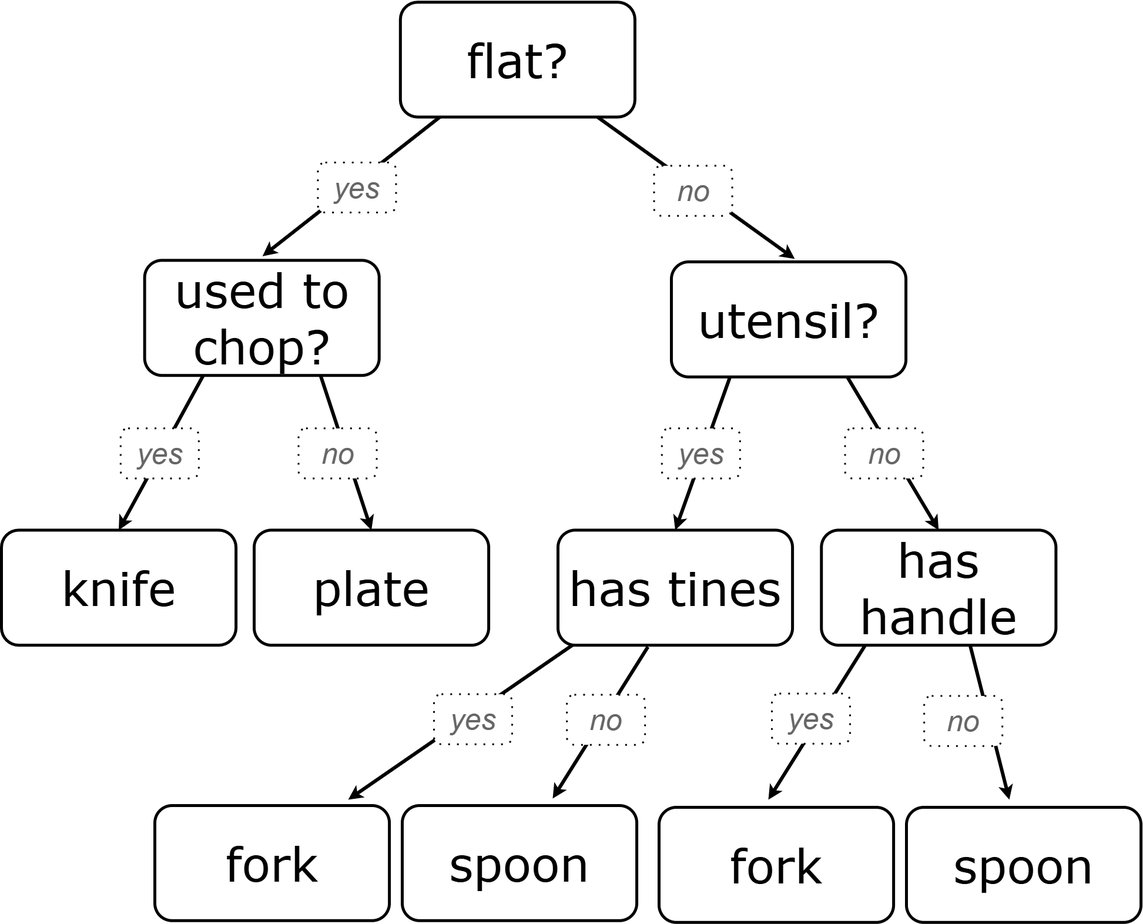
Above: lessons/AI/ai-supervised-learning-decision-trees/langs/en-us/images/flat-tree-soln.png in bootstrapworld/curriculum (draw.io), before the change. Source tidied: cells renumbered, new cells last; positions are measured from the earlier drawing's top-left corner, leaving out a move shared by most shapes. The source it was exported from:
```xml
<mxGraphModel>
  <root>
    <mxCell id="0" />
    <mxCell id="1" parent="0" />
    <mxCell id="2" style="rounded=0;orthogonalLoop=1;jettySize=auto;html=1;entryX=0.5;entryY=0;entryDx=0;entryDy=0;strokeWidth=6;" parent="1" edge="1">
      <mxGeometry relative="1" as="geometry">
        <mxPoint x="754.9" y="191.6" as="sourcePoint" />
        <mxPoint x="444.2" y="435.4" as="targetPoint" />
      </mxGeometry>
    </mxCell>
    <mxCell id="3" style="group;strokeWidth=5;" parent="1" vertex="1">
      <mxGeometry x="687.8" width="399.1" height="198.6" as="geometry" />
    </mxCell>
    <mxCell id="4" value="&lt;span&gt;&lt;font style=&quot;font-size: 80px;&quot;&gt;flat?&lt;/font&gt;&lt;/span&gt;" style="whiteSpace=wrap;html=1;rounded=1;shadow=0;labelBackgroundColor=none;strokeWidth=5;fontFamily=Verdana;fontSize=12;align=center;" parent="3" vertex="1">
      <mxGeometry x="-9" y="3.3" width="399.1" height="195.4" as="geometry" />
    </mxCell>
    <mxCell id="5" value="&lt;font style=&quot;font-size: 80px;&quot;&gt;utensil?&lt;/font&gt;" style="whiteSpace=wrap;html=1;rounded=1;shadow=0;labelBackgroundColor=none;strokeWidth=5;fontFamily=Verdana;fontSize=12;align=center;" parent="1" vertex="1">
      <mxGeometry x="1140" y="445" width="399.1" height="195.8" as="geometry" />
    </mxCell>
    <mxCell id="6" style="rounded=0;jettySize=auto;html=1;strokeWidth=6;" parent="1" edge="1" source="4">
      <mxGeometry relative="1" as="geometry">
        <mxPoint x="1350" y="440" as="targetPoint" />
      </mxGeometry>
    </mxCell>
    <mxCell id="7" value="&lt;font style=&quot;font-size: 50px;&quot;&gt;no&lt;/font&gt;" style="whiteSpace=wrap;html=1;strokeWidth=3;rounded=1;dashed=1;dashPattern=1 4;fontColor=#666666;fontStyle=2;" parent="1" vertex="1">
      <mxGeometry x="1110.5" y="281.6" width="133" height="85.1" as="geometry" />
    </mxCell>
    <mxCell id="8" value="&lt;font style=&quot;font-size: 80px;&quot;&gt;knife&lt;/font&gt;" style="whiteSpace=wrap;html=1;rounded=1;shadow=0;labelBackgroundColor=none;strokeWidth=5;fontFamily=Verdana;fontSize=12;align=center;" parent="1" vertex="1">
      <mxGeometry y="901.4" width="399.1" height="195.8" as="geometry" />
    </mxCell>
    <mxCell id="9" value="&lt;font style=&quot;font-size: 80px;&quot;&gt;plate&lt;/font&gt;" style="whiteSpace=wrap;html=1;rounded=1;shadow=0;labelBackgroundColor=none;strokeWidth=5;fontFamily=Verdana;fontSize=12;align=center;" parent="1" vertex="1">
      <mxGeometry x="430" y="901.4" width="399.1" height="195.8" as="geometry" />
    </mxCell>
    <mxCell id="10" style="rounded=0;jettySize=auto;html=1;entryX=0.5;entryY=0;entryDx=0;entryDy=0;strokeWidth=6;exitX=0.75;exitY=1;exitDx=0;exitDy=0;" parent="1" edge="1" source="21" target="9">
      <mxGeometry relative="1" as="geometry" />
    </mxCell>
    <mxCell id="11" style="rounded=0;jettySize=auto;html=1;entryX=0.5;entryY=0;entryDx=0;entryDy=0;strokeWidth=6;exitX=0.25;exitY=1;exitDx=0;exitDy=0;" parent="1" edge="1" source="21" target="8">
      <mxGeometry relative="1" as="geometry" />
    </mxCell>
    <mxCell id="12" value="&lt;font style=&quot;font-size: 50px;&quot;&gt;no&lt;/font&gt;" style="whiteSpace=wrap;html=1;strokeWidth=3;rounded=1;dashed=1;dashPattern=1 4;fontColor=#666666;fontStyle=2;" parent="1" vertex="1">
      <mxGeometry x="505.5" y="728.3" width="133" height="85.1" as="geometry" />
    </mxCell>
    <mxCell id="13" value="&lt;font style=&quot;font-size: 50px;&quot;&gt;yes&lt;/font&gt;" style="whiteSpace=wrap;html=1;strokeWidth=3;dashed=1;dashPattern=1 4;rounded=1;glass=0;perimeterSpacing=0;fontColor=#666666;fontStyle=2;" parent="1" vertex="1">
      <mxGeometry x="202.8" y="728.3" width="133" height="85.1" as="geometry" />
    </mxCell>
    <mxCell id="14" value="&lt;font style=&quot;font-size: 80px;&quot;&gt;has tines&lt;/font&gt;" style="whiteSpace=wrap;html=1;rounded=1;shadow=0;labelBackgroundColor=none;strokeWidth=5;fontFamily=Verdana;fontSize=12;align=center;" parent="1" vertex="1">
      <mxGeometry x="947" y="901.4" width="399.1" height="195.8" as="geometry" />
    </mxCell>
    <mxCell id="15" value="&lt;font style=&quot;font-size: 80px;&quot;&gt;has handle&lt;/font&gt;" style="whiteSpace=wrap;html=1;rounded=1;shadow=0;labelBackgroundColor=none;strokeWidth=5;fontFamily=Verdana;fontSize=12;align=center;" parent="1" vertex="1">
      <mxGeometry x="1395.3" y="901.4" width="399.1" height="195.8" as="geometry" />
    </mxCell>
    <mxCell id="16" style="rounded=0;jettySize=auto;html=1;entryX=0.5;entryY=0;entryDx=0;entryDy=0;strokeWidth=6;exitX=0.75;exitY=1;exitDx=0;exitDy=0;" parent="1" edge="1" source="5" target="15">
      <mxGeometry relative="1" as="geometry" />
    </mxCell>
    <mxCell id="17" style="rounded=0;jettySize=auto;html=1;entryX=0.5;entryY=0;entryDx=0;entryDy=0;strokeWidth=6;exitX=0.25;exitY=1;exitDx=0;exitDy=0;" parent="1" edge="1" source="5" target="14">
      <mxGeometry relative="1" as="geometry" />
    </mxCell>
    <mxCell id="18" value="&lt;font style=&quot;font-size: 50px;&quot;&gt;no&lt;/font&gt;" style="whiteSpace=wrap;html=1;strokeWidth=3;rounded=1;dashed=1;dashPattern=1 4;fontColor=#666666;fontStyle=2;" parent="1" vertex="1">
      <mxGeometry x="1435.5" y="728.3" width="133" height="85.1" as="geometry" />
    </mxCell>
    <mxCell id="19" value="&lt;font style=&quot;font-size: 50px;&quot;&gt;yes&lt;/font&gt;" style="whiteSpace=wrap;html=1;strokeWidth=3;dashed=1;dashPattern=1 4;rounded=1;glass=0;perimeterSpacing=0;fontColor=#666666;fontStyle=2;" parent="1" vertex="1">
      <mxGeometry x="1123.8" y="728.3" width="133" height="85.1" as="geometry" />
    </mxCell>
    <mxCell id="20" style="group;" parent="1" vertex="1">
      <mxGeometry x="243.6" y="276" width="427.8" height="362.2" as="geometry" />
    </mxCell>
    <mxCell id="21" value="&lt;font style=&quot;font-size: 80px;&quot;&gt;used to chop?&lt;/font&gt;" style="whiteSpace=wrap;html=1;rounded=1;shadow=0;labelBackgroundColor=none;strokeWidth=5;fontFamily=Verdana;fontSize=12;align=center;" parent="20" vertex="1">
      <mxGeometry y="166.4" width="399.1" height="195.8" as="geometry" />
    </mxCell>
    <mxCell id="22" value="&lt;font style=&quot;font-size: 50px;&quot;&gt;yes&lt;/font&gt;" style="whiteSpace=wrap;html=1;strokeWidth=3;dashed=1;dashPattern=1 4;rounded=1;glass=0;perimeterSpacing=0;fontColor=#666666;fontStyle=2;" parent="20" vertex="1">
      <mxGeometry x="294.8" width="133" height="85.1" as="geometry" />
    </mxCell>
    <mxCell id="23" style="rounded=0;orthogonalLoop=1;jettySize=auto;html=1;strokeWidth=6;entryX=0.656;entryY=-0.061;entryDx=0;entryDy=0;entryPerimeter=0;" parent="1" edge="1">
      <mxGeometry relative="1" as="geometry">
        <mxPoint x="1100" y="1100" as="sourcePoint" />
        <mxPoint x="938" y="1358" as="targetPoint" />
      </mxGeometry>
    </mxCell>
    <mxCell id="24" style="rounded=0;orthogonalLoop=1;jettySize=auto;html=1;strokeWidth=6;exitX=0.289;exitY=1.019;exitDx=0;exitDy=0;exitPerimeter=0;" parent="1" edge="1">
      <mxGeometry relative="1" as="geometry">
        <mxPoint x="971.4" y="1097.2" as="sourcePoint" />
        <mxPoint x="590" y="1360" as="targetPoint" />
      </mxGeometry>
    </mxCell>
    <mxCell id="25" value="&lt;font style=&quot;font-size: 50px;&quot;&gt;no&lt;/font&gt;" style="whiteSpace=wrap;html=1;strokeWidth=3;rounded=1;dashed=1;dashPattern=1 4;fontColor=#666666;fontStyle=2;" parent="1" vertex="1">
      <mxGeometry x="962.2" y="1181.5" width="133" height="85.1" as="geometry" />
    </mxCell>
    <mxCell id="26" value="&lt;font style=&quot;font-size: 50px;&quot;&gt;yes&lt;/font&gt;" style="whiteSpace=wrap;html=1;strokeWidth=3;dashed=1;dashPattern=1 4;rounded=1;glass=0;perimeterSpacing=0;fontColor=#666666;fontStyle=2;" parent="1" vertex="1">
      <mxGeometry x="736" y="1180.5" width="133" height="85.1" as="geometry" />
    </mxCell>
    <mxCell id="27" value="&lt;font style=&quot;font-size: 80px;&quot;&gt;fork&lt;/font&gt;" style="whiteSpace=wrap;html=1;rounded=1;shadow=0;labelBackgroundColor=none;strokeWidth=5;fontFamily=Verdana;fontSize=12;align=center;" parent="1" vertex="1">
      <mxGeometry x="261" y="1370" width="399.1" height="195.8" as="geometry" />
    </mxCell>
    <mxCell id="28" value="&lt;font style=&quot;font-size: 80px;&quot;&gt;spoon&lt;/font&gt;" style="whiteSpace=wrap;html=1;rounded=1;shadow=0;labelBackgroundColor=none;strokeWidth=5;fontFamily=Verdana;fontSize=12;align=center;" parent="1" vertex="1">
      <mxGeometry x="682" y="1370" width="399.1" height="195.8" as="geometry" />
    </mxCell>
    <mxCell id="29" style="rounded=0;orthogonalLoop=1;jettySize=auto;html=1;strokeWidth=6;" parent="1" edge="1">
      <mxGeometry relative="1" as="geometry">
        <mxPoint x="1648" y="1096" as="sourcePoint" />
        <mxPoint x="1715" y="1360" as="targetPoint" />
      </mxGeometry>
    </mxCell>
    <mxCell id="30" style="rounded=0;orthogonalLoop=1;jettySize=auto;html=1;strokeWidth=6;exitX=0.5;exitY=1;exitDx=0;exitDy=0;" parent="1" edge="1">
      <mxGeometry relative="1" as="geometry">
        <mxPoint x="1469.8" y="1097.2" as="sourcePoint" />
        <mxPoint x="1305" y="1360" as="targetPoint" />
      </mxGeometry>
    </mxCell>
    <mxCell id="31" value="&lt;font style=&quot;font-size: 50px;&quot;&gt;no&lt;/font&gt;" style="whiteSpace=wrap;html=1;strokeWidth=3;rounded=1;dashed=1;dashPattern=1 4;fontColor=#666666;fontStyle=2;" parent="1" vertex="1">
      <mxGeometry x="1570.2" y="1183.5" width="133" height="85.1" as="geometry" />
    </mxCell>
    <mxCell id="32" value="&lt;font style=&quot;font-size: 50px;&quot;&gt;yes&lt;/font&gt;" style="whiteSpace=wrap;html=1;strokeWidth=3;dashed=1;dashPattern=1 4;rounded=1;glass=0;perimeterSpacing=0;fontColor=#666666;fontStyle=2;" parent="1" vertex="1">
      <mxGeometry x="1311" y="1179.5" width="133" height="85.1" as="geometry" />
    </mxCell>
    <mxCell id="33" value="&lt;font style=&quot;font-size: 80px;&quot;&gt;fork&lt;/font&gt;" style="whiteSpace=wrap;html=1;rounded=1;shadow=0;labelBackgroundColor=none;strokeWidth=5;fontFamily=Verdana;fontSize=12;align=center;" parent="1" vertex="1">
      <mxGeometry x="1119" y="1373" width="399.1" height="195.8" as="geometry" />
    </mxCell>
    <mxCell id="34" value="&lt;font style=&quot;font-size: 80px;&quot;&gt;spoon&lt;/font&gt;" style="whiteSpace=wrap;html=1;rounded=1;shadow=0;labelBackgroundColor=none;strokeWidth=5;fontFamily=Verdana;fontSize=12;align=center;" parent="1" vertex="1">
      <mxGeometry x="1540" y="1373" width="399.1" height="195.8" as="geometry" />
    </mxCell>
  </root>
</mxGraphModel>
```
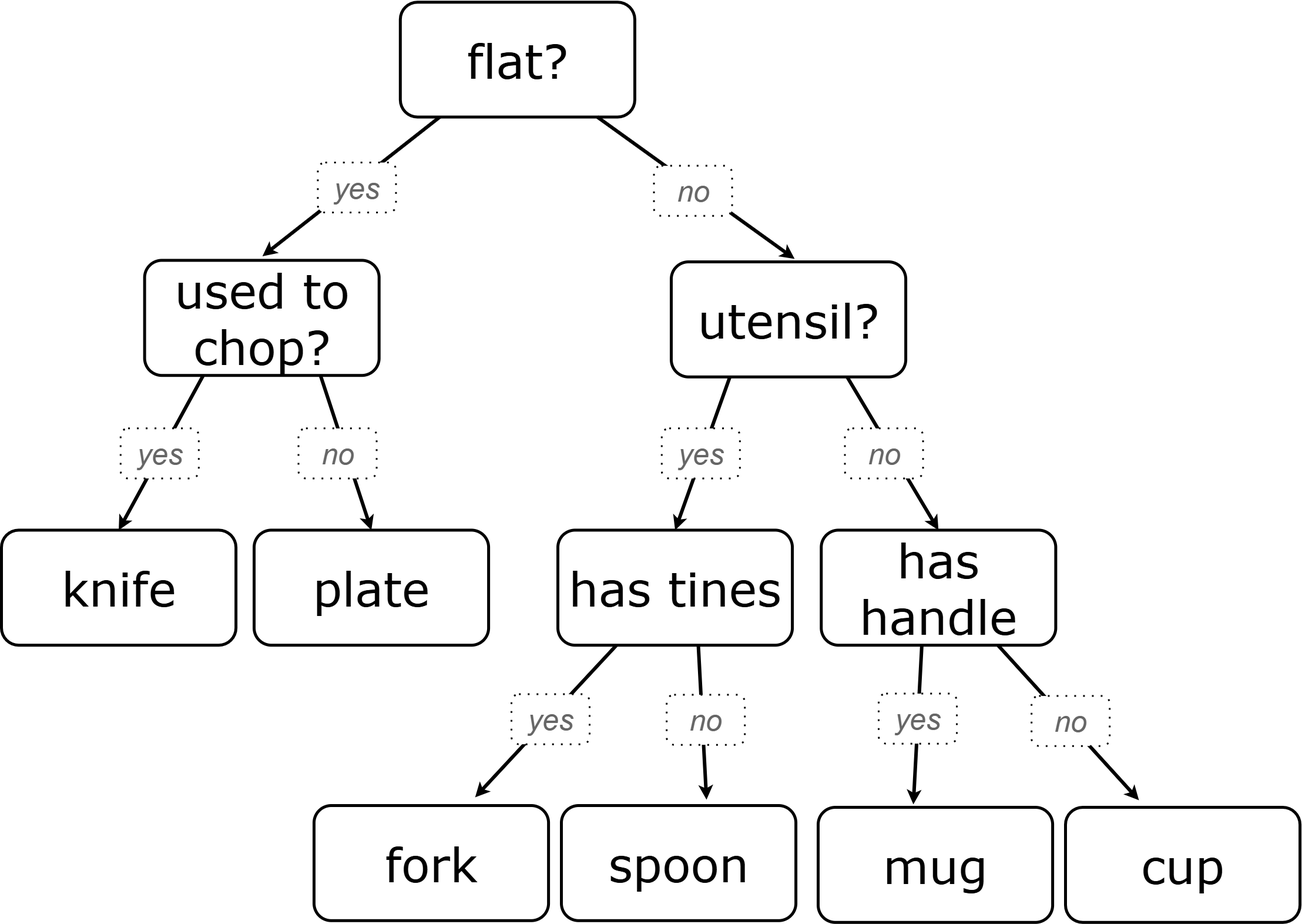
Above is the later version.

Commit message:
remove unneeded flat trees, add improved one (#2537)

Change to the diagram source:
```diff
@@ -70,53 +70,49 @@
     <mxCell id="22" value="&lt;font style=&quot;font-size: 50px;&quot;&gt;yes&lt;/font&gt;" style="whiteSpace=wrap;html=1;strokeWidth=3;dashed=1;dashPattern=1 4;rounded=1;glass=0;perimeterSpacing=0;fontColor=#666666;fontStyle=2;" parent="20" vertex="1">
       <mxGeometry x="294.8" width="133" height="85.1" as="geometry" />
     </mxCell>
-    <mxCell id="23" style="rounded=0;orthogonalLoop=1;jettySize=auto;html=1;strokeWidth=6;entryX=0.656;entryY=-0.061;entryDx=0;entryDy=0;entryPerimeter=0;" parent="1" edge="1">
+    <mxCell id="23" style="rounded=0;orthogonalLoop=1;jettySize=auto;html=1;strokeWidth=6;exitX=0.599;exitY=1.055;exitDx=0;exitDy=0;exitPerimeter=0;" parent="1" edge="1">
       <mxGeometry relative="1" as="geometry">
-        <mxPoint x="1100" y="1100" as="sourcePoint" />
-        <mxPoint x="938" y="1358" as="targetPoint" />
+        <mxPoint x="1186.1" y="1098" as="sourcePoint" />
+        <mxPoint x="1200" y="1360" as="targetPoint" />
       </mxGeometry>
     </mxCell>
-    <mxCell id="24" style="rounded=0;orthogonalLoop=1;jettySize=auto;html=1;strokeWidth=6;exitX=0.289;exitY=1.019;exitDx=0;exitDy=0;exitPerimeter=0;" parent="1" edge="1">
-      <mxGeometry relative="1" as="geometry">
-        <mxPoint x="971.4" y="1097.2" as="sourcePoint" />
-        <mxPoint x="590" y="1360" as="targetPoint" />
-      </mxGeometry>
+    <mxCell id="24" style="rounded=0;jettySize=auto;html=1;strokeWidth=6;exitX=0.25;exitY=1;exitDx=0;exitDy=0;entryX=0.687;entryY=-0.072;entryDx=0;entryDy=0;entryPerimeter=0;" parent="1" edge="1" source="14" target="27">
+      <mxGeometry relative="1" as="geometry" />
     </mxCell>
     <mxCell id="25" value="&lt;font style=&quot;font-size: 50px;&quot;&gt;no&lt;/font&gt;" style="whiteSpace=wrap;html=1;strokeWidth=3;rounded=1;dashed=1;dashPattern=1 4;fontColor=#666666;fontStyle=2;" parent="1" vertex="1">
-      <mxGeometry x="962.2" y="1181.5" width="133" height="85.1" as="geometry" />
+      <mxGeometry x="1132.2" y="1181.5" width="133" height="85.1" as="geometry" />
     </mxCell>
     <mxCell id="26" value="&lt;font style=&quot;font-size: 50px;&quot;&gt;yes&lt;/font&gt;" style="whiteSpace=wrap;html=1;strokeWidth=3;dashed=1;dashPattern=1 4;rounded=1;glass=0;perimeterSpacing=0;fontColor=#666666;fontStyle=2;" parent="1" vertex="1">
-      <mxGeometry x="736" y="1180.5" width="133" height="85.1" as="geometry" />
+      <mxGeometry x="868" y="1180.5" width="133" height="85.1" as="geometry" />
     </mxCell>
     <mxCell id="27" value="&lt;font style=&quot;font-size: 80px;&quot;&gt;fork&lt;/font&gt;" style="whiteSpace=wrap;html=1;rounded=1;shadow=0;labelBackgroundColor=none;strokeWidth=5;fontFamily=Verdana;fontSize=12;align=center;" parent="1" vertex="1">
-      <mxGeometry x="261" y="1370" width="399.1" height="195.8" as="geometry" />
+      <mxGeometry x="532" y="1370" width="399.1" height="195.8" as="geometry" />
     </mxCell>
     <mxCell id="28" value="&lt;font style=&quot;font-size: 80px;&quot;&gt;spoon&lt;/font&gt;" style="whiteSpace=wrap;html=1;rounded=1;shadow=0;labelBackgroundColor=none;strokeWidth=5;fontFamily=Verdana;fontSize=12;align=center;" parent="1" vertex="1">
-      <mxGeometry x="682" y="1370" width="399.1" height="195.8" as="geometry" />
+      <mxGeometry x="953" y="1370" width="399.1" height="195.8" as="geometry" />
     </mxCell>
     <mxCell id="29" style="rounded=0;orthogonalLoop=1;jettySize=auto;html=1;strokeWidth=6;" parent="1" edge="1">
       <mxGeometry relative="1" as="geometry">
-        <mxPoint x="1648" y="1096" as="sourcePoint" />
-        <mxPoint x="1715" y="1360" as="targetPoint" />
+        <mxPoint x="1696" y="1097.2" as="sourcePoint" />
+        <mxPoint x="1936" y="1361" as="targetPoint" />
       </mxGeometry>
     </mxCell>
-    <mxCell id="30" style="rounded=0;orthogonalLoop=1;jettySize=auto;html=1;strokeWidth=6;exitX=0.5;exitY=1;exitDx=0;exitDy=0;" parent="1" edge="1">
+    <mxCell id="30" style="rounded=0;jettySize=auto;html=1;strokeWidth=6;exitX=0.5;exitY=1;exitDx=0;exitDy=0;entryX=0.406;entryY=-0.026;entryDx=0;entryDy=0;entryPerimeter=0;" parent="1" edge="1" target="33">
       <mxGeometry relative="1" as="geometry">
-        <mxPoint x="1469.8" y="1097.2" as="sourcePoint" />
-        <mxPoint x="1305" y="1360" as="targetPoint" />
+        <mxPoint x="1566.5" y="1097.2" as="sourcePoint" />
       </mxGeometry>
     </mxCell>
     <mxCell id="31" value="&lt;font style=&quot;font-size: 50px;&quot;&gt;no&lt;/font&gt;" style="whiteSpace=wrap;html=1;strokeWidth=3;rounded=1;dashed=1;dashPattern=1 4;fontColor=#666666;fontStyle=2;" parent="1" vertex="1">
-      <mxGeometry x="1570.2" y="1183.5" width="133" height="85.1" as="geometry" />
+      <mxGeometry x="1753.2" y="1183.5" width="133" height="85.1" as="geometry" />
     </mxCell>
     <mxCell id="32" value="&lt;font style=&quot;font-size: 50px;&quot;&gt;yes&lt;/font&gt;" style="whiteSpace=wrap;html=1;strokeWidth=3;dashed=1;dashPattern=1 4;rounded=1;glass=0;perimeterSpacing=0;fontColor=#666666;fontStyle=2;" parent="1" vertex="1">
-      <mxGeometry x="1311" y="1179.5" width="133" height="85.1" as="geometry" />
+      <mxGeometry x="1493" y="1179.5" width="133" height="85.1" as="geometry" />
     </mxCell>
-    <mxCell id="33" value="&lt;font style=&quot;font-size: 80px;&quot;&gt;fork&lt;/font&gt;" style="whiteSpace=wrap;html=1;rounded=1;shadow=0;labelBackgroundColor=none;strokeWidth=5;fontFamily=Verdana;fontSize=12;align=center;" parent="1" vertex="1">
-      <mxGeometry x="1119" y="1373" width="399.1" height="195.8" as="geometry" />
+    <mxCell id="33" value="&lt;font style=&quot;font-size: 80px;&quot;&gt;mug&lt;/font&gt;" style="whiteSpace=wrap;html=1;rounded=1;shadow=0;labelBackgroundColor=none;strokeWidth=5;fontFamily=Verdana;fontSize=12;align=center;" parent="1" vertex="1">
+      <mxGeometry x="1390" y="1373" width="399.1" height="195.8" as="geometry" />
     </mxCell>
-    <mxCell id="34" value="&lt;font style=&quot;font-size: 80px;&quot;&gt;spoon&lt;/font&gt;" style="whiteSpace=wrap;html=1;rounded=1;shadow=0;labelBackgroundColor=none;strokeWidth=5;fontFamily=Verdana;fontSize=12;align=center;" parent="1" vertex="1">
-      <mxGeometry x="1540" y="1373" width="399.1" height="195.8" as="geometry" />
+    <mxCell id="34" value="&lt;font style=&quot;font-size: 80px;&quot;&gt;cup&lt;/font&gt;" style="whiteSpace=wrap;html=1;rounded=1;shadow=0;labelBackgroundColor=none;strokeWidth=5;fontFamily=Verdana;fontSize=12;align=center;" parent="1" vertex="1">
+      <mxGeometry x="1811" y="1373" width="399.1" height="195.8" as="geometry" />
     </mxCell>
   </root>
 </mxGraphModel>
```
